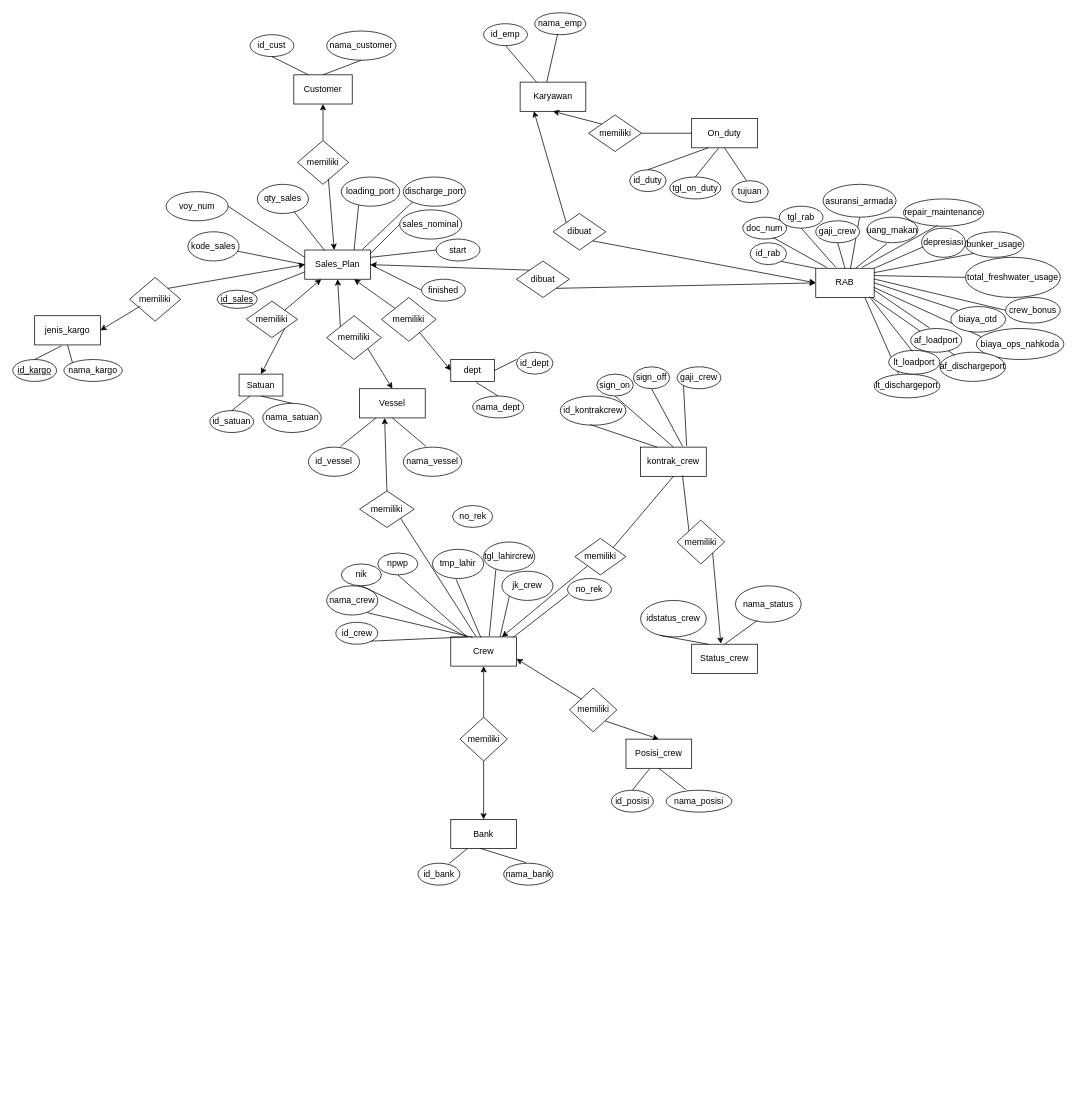
Mabrural/mitra-maritim keeps this draw.io diagram as page "ERD" (2 of 3) of MMM.drawio. Above is the earlier version. Source tidied: cells renumbered, new cells numbered last; positions are measured from the earlier drawing's top-left corner, leaving out a move shared by most shapes. Both pictures are drawn from the tidied source at 73%, with x=0, y=0 at pixel (12, 12).
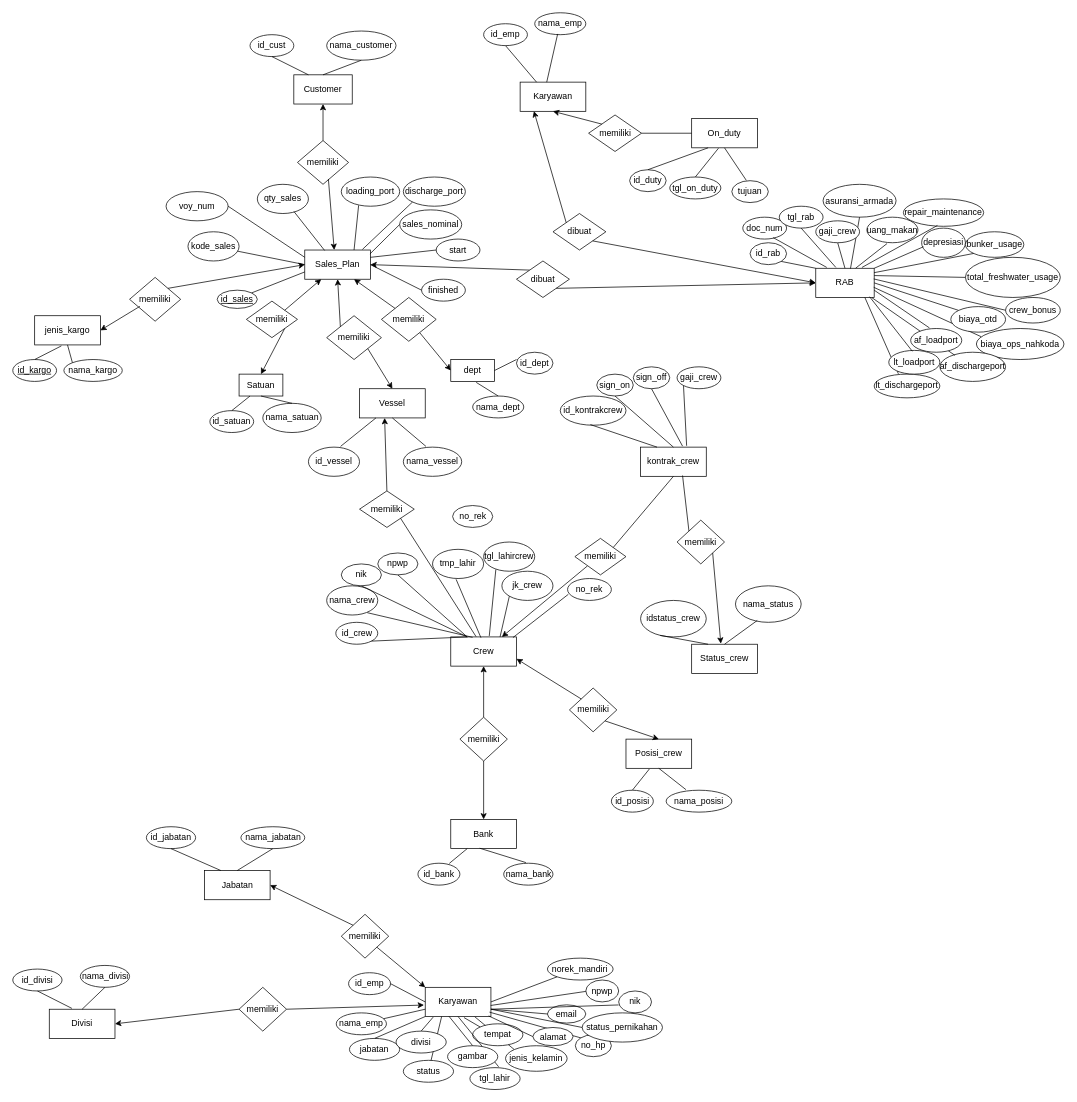
The same diagram, later.

Commit message (it also covers changes not shown here):
CRUD master divisi dan master jabatan sudah berhasil namun belum terhubung foreign key ke tabel karyawan

What changed in the source:
```diff
@@
+    <mxCell id="174" style="endArrow=none;html=1;rounded=0;exitX=0;exitY=0;exitDx=0;exitDy=0;entryX=0.75;entryY=1;entryDx=0;entryDy=0;" parent="1" edge="1" source="182" target="175">
+      <mxGeometry relative="1" as="geometry" />
+    </mxCell>
@@
+    <mxCell id="175" value="Karyawan" style="rounded=0;whiteSpace=wrap;html=1;" parent="1" vertex="1">
+      <mxGeometry x="565" y="1335" width="90" height="40" as="geometry" />
+    </mxCell>
+    <mxCell id="176" value="id_emp" style="ellipse;whiteSpace=wrap;html=1;" parent="1" vertex="1">
+      <mxGeometry x="460" y="1315" width="57.5" height="30" as="geometry" />
+    </mxCell>
+    <mxCell id="177" value="nama_emp" style="ellipse;whiteSpace=wrap;html=1;" parent="1" vertex="1">
+      <mxGeometry x="443.1" y="1370" width="68.8" height="30" as="geometry" />
+    </mxCell>
+    <mxCell id="178" value="jabatan" style="ellipse;whiteSpace=wrap;html=1;" parent="1" vertex="1">
+      <mxGeometry x="461.2" y="1405" width="68.8" height="30" as="geometry" />
+    </mxCell>
+    <mxCell id="179" value="status" style="ellipse;whiteSpace=wrap;html=1;" parent="1" vertex="1">
+      <mxGeometry x="535" y="1435" width="68.8" height="30" as="geometry" />
+    </mxCell>
+    <mxCell id="180" value="tgl_lahir" style="ellipse;whiteSpace=wrap;html=1;" parent="1" vertex="1">
+      <mxGeometry x="626.2" y="1445" width="68.8" height="30" as="geometry" />
+    </mxCell>
+    <mxCell id="181" value="tempat" style="ellipse;whiteSpace=wrap;html=1;" parent="1" vertex="1">
+      <mxGeometry x="630" y="1385" width="68.8" height="30" as="geometry" />
+    </mxCell>
+    <mxCell id="182" value="jenis_kelamin" style="ellipse;whiteSpace=wrap;html=1;" parent="1" vertex="1">
+      <mxGeometry x="675" y="1415" width="84.4" height="35" as="geometry" />
+    </mxCell>
+    <mxCell id="183" value="no_hp" style="ellipse;whiteSpace=wrap;html=1;" parent="1" vertex="1">
+      <mxGeometry x="770.6" y="1400" width="49.4" height="30" as="geometry" />
+    </mxCell>
+    <mxCell id="184" value="email" style="ellipse;whiteSpace=wrap;html=1;" parent="1" vertex="1">
+      <mxGeometry x="732.4" y="1359" width="52.6" height="25" as="geometry" />
+    </mxCell>
+    <mxCell id="185" value="status_pernikahan" style="ellipse;whiteSpace=wrap;html=1;" parent="1" vertex="1">
+      <mxGeometry x="780" y="1370" width="110" height="40" as="geometry" />
+    </mxCell>
+    <mxCell id="186" value="nik" style="ellipse;whiteSpace=wrap;html=1;" parent="1" vertex="1">
+      <mxGeometry x="830" y="1340" width="45" height="30" as="geometry" />
+    </mxCell>
+    <mxCell id="187" value="npwp" style="ellipse;whiteSpace=wrap;html=1;" parent="1" vertex="1">
+      <mxGeometry x="785" y="1325" width="45" height="30" as="geometry" />
+    </mxCell>
+    <mxCell id="188" value="norek_mandiri" style="ellipse;whiteSpace=wrap;html=1;" parent="1" vertex="1">
+      <mxGeometry x="732.4" y="1295" width="90" height="30" as="geometry" />
+    </mxCell>
+    <mxCell id="189" style="endArrow=none;html=1;rounded=0;exitX=1;exitY=0.5;exitDx=0;exitDy=0;entryX=0;entryY=0.5;entryDx=0;entryDy=0;" parent="1" edge="1" source="176" target="175">
+      <mxGeometry relative="1" as="geometry" />
+    </mxCell>
+    <mxCell id="190" style="endArrow=none;html=1;rounded=0;entryX=0;entryY=0.75;entryDx=0;entryDy=0;" parent="1" edge="1" source="177" target="175">
+      <mxGeometry relative="1" as="geometry" />
+    </mxCell>
+    <mxCell id="191" style="endArrow=none;html=1;rounded=0;exitX=0.5;exitY=0;exitDx=0;exitDy=0;entryX=0;entryY=1;entryDx=0;entryDy=0;" parent="1" edge="1" source="178" target="175">
+      <mxGeometry relative="1" as="geometry" />
+    </mxCell>
+    <mxCell id="192" style="endArrow=none;html=1;rounded=0;exitX=0.5;exitY=0;exitDx=0;exitDy=0;entryX=0.121;entryY=1.021;entryDx=0;entryDy=0;entryPerimeter=0;" parent="1" edge="1" source="204" target="175">
+      <mxGeometry relative="1" as="geometry" />
+    </mxCell>
+    <mxCell id="193" style="endArrow=none;html=1;rounded=0;entryX=0.25;entryY=1;entryDx=0;entryDy=0;" parent="1" edge="1" source="179" target="175">
+      <mxGeometry relative="1" as="geometry" />
+    </mxCell>
+    <mxCell id="194" style="endArrow=none;html=1;rounded=0;exitX=0.5;exitY=0;exitDx=0;exitDy=0;entryX=0.362;entryY=0.993;entryDx=0;entryDy=0;entryPerimeter=0;" parent="1" edge="1" source="205" target="175">
+      <mxGeometry relative="1" as="geometry" />
+    </mxCell>
+    <mxCell id="195" style="endArrow=none;html=1;rounded=0;exitX=0.572;exitY=-0.038;exitDx=0;exitDy=0;exitPerimeter=0;entryX=0.5;entryY=1;entryDx=0;entryDy=0;" parent="1" edge="1" source="180" target="175">
+      <mxGeometry relative="1" as="geometry" />
+    </mxCell>
+    <mxCell id="196" style="endArrow=none;html=1;rounded=0;exitX=0;exitY=0;exitDx=0;exitDy=0;entryX=0.59;entryY=1.036;entryDx=0;entryDy=0;entryPerimeter=0;" parent="1" edge="1" source="181" target="175">
+      <mxGeometry relative="1" as="geometry" />
+    </mxCell>
+    <mxCell id="197" style="endArrow=none;html=1;rounded=0;exitX=0;exitY=0.5;exitDx=0;exitDy=0;entryX=0.965;entryY=0.979;entryDx=0;entryDy=0;entryPerimeter=0;" parent="1" edge="1" source="206" target="175">
+      <mxGeometry relative="1" as="geometry" />
+    </mxCell>
+    <mxCell id="198" style="endArrow=none;html=1;rounded=0;exitX=0;exitY=0;exitDx=0;exitDy=0;entryX=0.978;entryY=0.85;entryDx=0;entryDy=0;entryPerimeter=0;" parent="1" edge="1" source="183" target="175">
+      <mxGeometry relative="1" as="geometry" />
+    </mxCell>
+    <mxCell id="199" style="endArrow=none;html=1;rounded=0;exitX=0;exitY=0.5;exitDx=0;exitDy=0;entryX=1;entryY=0.75;entryDx=0;entryDy=0;" parent="1" edge="1" source="184" target="175">
+      <mxGeometry relative="1" as="geometry" />
+    </mxCell>
+    <mxCell id="200" style="endArrow=none;html=1;rounded=0;exitX=0;exitY=0.5;exitDx=0;exitDy=0;entryX=1;entryY=0.75;entryDx=0;entryDy=0;" parent="1" edge="1" source="185" target="175">
+      <mxGeometry relative="1" as="geometry" />
+    </mxCell>
+    <mxCell id="201" style="endArrow=none;html=1;rounded=0;exitX=-0.002;exitY=0.638;exitDx=0;exitDy=0;exitPerimeter=0;entryX=1;entryY=0.75;entryDx=0;entryDy=0;" parent="1" edge="1" source="186" target="175">
+      <mxGeometry relative="1" as="geometry" />
+    </mxCell>
+    <mxCell id="202" style="endArrow=none;html=1;rounded=0;exitX=0;exitY=0.519;exitDx=0;exitDy=0;exitPerimeter=0;entryX=0.997;entryY=0.621;entryDx=0;entryDy=0;entryPerimeter=0;" parent="1" edge="1" source="187" target="175">
+      <mxGeometry relative="1" as="geometry" />
+    </mxCell>
+    <mxCell id="203" style="endArrow=none;html=1;rounded=0;exitX=0;exitY=1;exitDx=0;exitDy=0;entryX=1;entryY=0.5;entryDx=0;entryDy=0;" parent="1" edge="1" source="188" target="175">
+      <mxGeometry relative="1" as="geometry" />
+    </mxCell>
+    <mxCell id="204" value="divisi" style="ellipse;whiteSpace=wrap;html=1;" parent="1" vertex="1">
+      <mxGeometry x="525" y="1395" width="68.8" height="30" as="geometry" />
+    </mxCell>
+    <mxCell id="205" value="gambar" style="ellipse;whiteSpace=wrap;html=1;" parent="1" vertex="1">
+      <mxGeometry x="595.6" y="1415" width="68.8" height="30" as="geometry" />
+    </mxCell>
+    <mxCell id="206" value="alamat" style="ellipse;whiteSpace=wrap;html=1;" parent="1" vertex="1">
+      <mxGeometry x="712.5" y="1390" width="55" height="25" as="geometry" />
+    </mxCell>
+    <mxCell id="207" value="Jabatan" style="rounded=0;whiteSpace=wrap;html=1;" parent="1" vertex="1">
+      <mxGeometry x="262.5" y="1175" width="90" height="40" as="geometry" />
+    </mxCell>
+    <mxCell id="208" value="Divisi" style="rounded=0;whiteSpace=wrap;html=1;" parent="1" vertex="1">
+      <mxGeometry x="50" y="1365" width="90" height="40" as="geometry" />
+    </mxCell>
+    <mxCell id="209" value="id_jabatan" style="ellipse;whiteSpace=wrap;html=1;" parent="1" vertex="1">
+      <mxGeometry x="183" y="1115" width="67.5" height="30" as="geometry" />
+    </mxCell>
+    <mxCell id="210" value="nama_jabatan" style="ellipse;whiteSpace=wrap;html=1;" parent="1" vertex="1">
+      <mxGeometry x="312.5" y="1115" width="87.5" height="30" as="geometry" />
+    </mxCell>
+    <mxCell id="211" style="endArrow=none;html=1;rounded=0;exitX=0.25;exitY=0;exitDx=0;exitDy=0;entryX=0.5;entryY=1;entryDx=0;entryDy=0;" parent="1" edge="1" source="207" target="209">
+      <mxGeometry relative="1" as="geometry" />
+    </mxCell>
+    <mxCell id="212" style="endArrow=none;html=1;rounded=0;entryX=0.5;entryY=1;entryDx=0;entryDy=0;exitX=0.5;exitY=0;exitDx=0;exitDy=0;" parent="1" edge="1" source="207" target="210">
+      <mxGeometry relative="1" as="geometry" />
+    </mxCell>
+    <mxCell id="213" value="memiliki" style="rhombus;whiteSpace=wrap;html=1;" parent="1" vertex="1">
+      <mxGeometry x="450" y="1235" width="65" height="60" as="geometry" />
+    </mxCell>
+    <mxCell id="214" style="endArrow=classic;html=1;rounded=0;entryX=0;entryY=0;entryDx=0;entryDy=0;exitX=1;exitY=1;exitDx=0;exitDy=0;" parent="1" edge="1" source="213" target="175">
+      <mxGeometry relative="1" as="geometry" />
+    </mxCell>
+    <mxCell id="215" style="endArrow=classic;html=1;rounded=0;entryX=1;entryY=0.5;entryDx=0;entryDy=0;exitX=0;exitY=0;exitDx=0;exitDy=0;" parent="1" edge="1" source="213" target="207">
+      <mxGeometry relative="1" as="geometry" />
+    </mxCell>
+    <mxCell id="216" value="id_divisi" style="ellipse;whiteSpace=wrap;html=1;" parent="1" vertex="1">
+      <mxGeometry y="1310" width="67.5" height="30" as="geometry" />
+    </mxCell>
+    <mxCell id="217" style="endArrow=none;html=1;rounded=0;exitX=0.344;exitY=-0.029;exitDx=0;exitDy=0;exitPerimeter=0;entryX=0.5;entryY=1;entryDx=0;entryDy=0;" parent="1" edge="1" source="208" target="216">
+      <mxGeometry relative="1" as="geometry" />
+    </mxCell>
+    <mxCell id="218" value="nama_divisi" style="ellipse;whiteSpace=wrap;html=1;" parent="1" vertex="1">
+      <mxGeometry x="92.5" y="1305" width="67.5" height="30" as="geometry" />
+    </mxCell>
+    <mxCell id="219" style="endArrow=none;html=1;rounded=0;exitX=0.5;exitY=0;exitDx=0;exitDy=0;entryX=0.5;entryY=1;entryDx=0;entryDy=0;" parent="1" edge="1" source="208" target="218">
+      <mxGeometry relative="1" as="geometry" />
+    </mxCell>
+    <mxCell id="220" value="memiliki" style="rhombus;whiteSpace=wrap;html=1;" parent="1" vertex="1">
+      <mxGeometry x="310" y="1335" width="65" height="60" as="geometry" />
+    </mxCell>
+    <mxCell id="221" style="endArrow=classic;html=1;rounded=0;entryX=-0.019;entryY=0.607;entryDx=0;entryDy=0;entryPerimeter=0;exitX=1;exitY=0.5;exitDx=0;exitDy=0;" parent="1" edge="1" source="220" target="175">
+      <mxGeometry relative="1" as="geometry" />
+    </mxCell>
+    <mxCell id="222" style="endArrow=classic;html=1;rounded=0;entryX=1;entryY=0.5;entryDx=0;entryDy=0;exitX=0;exitY=0.5;exitDx=0;exitDy=0;" parent="1" edge="1" source="220" target="208">
+      <mxGeometry relative="1" as="geometry" />
+    </mxCell>
```
